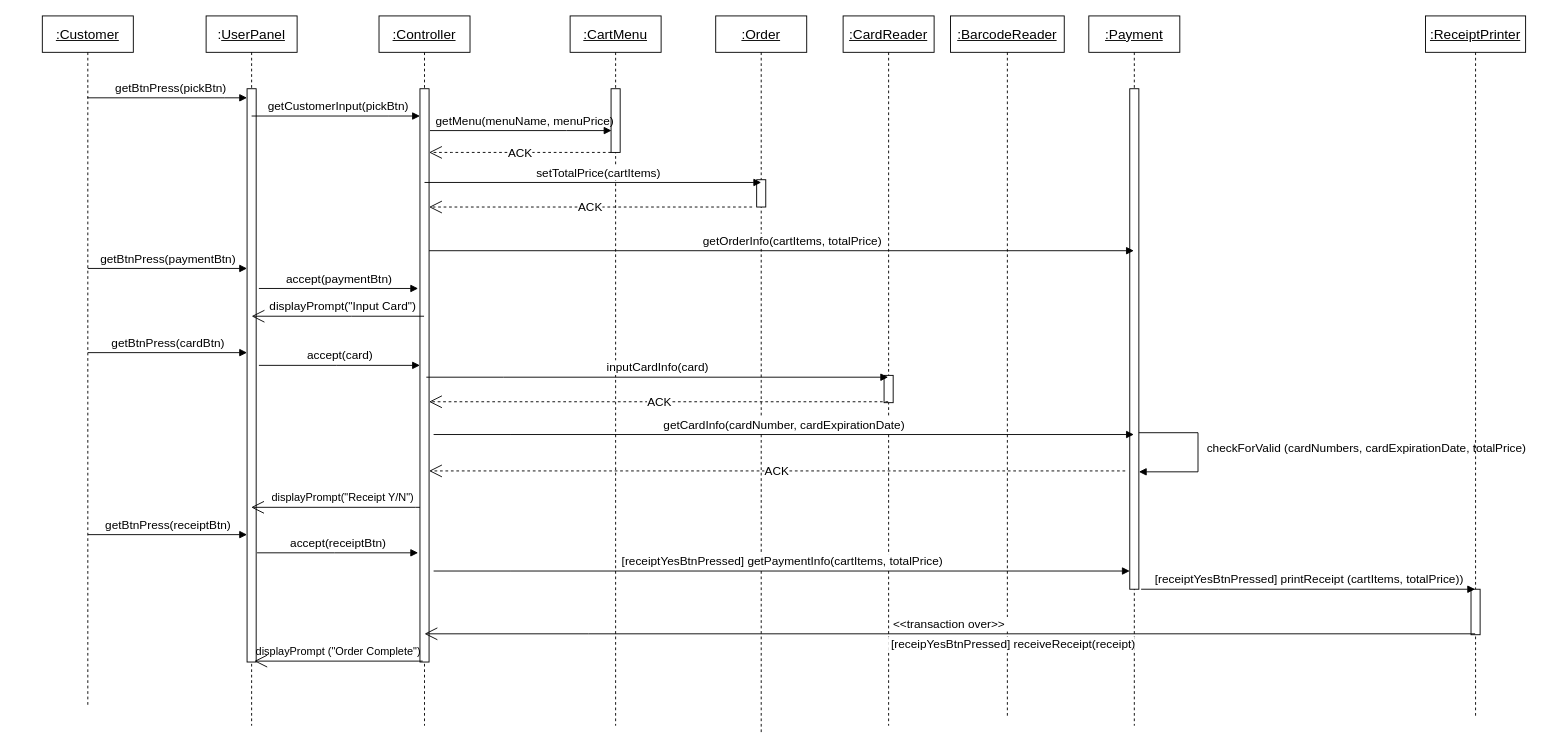
Above: page "Page-1" (1 of 2) of 시퀀스 다이어그램(카드 성공).drawio in SSWU-light-2021/kiosk_UML (draw.io), before the change. Source tidied: cells renumbered, new cells numbered last; positions are measured from the earlier drawing's top-left corner, leaving out a move shared by most shapes. Both pictures are drawn from the tidied source at 91%, with x=0, y=0 at pixel (42, 15).
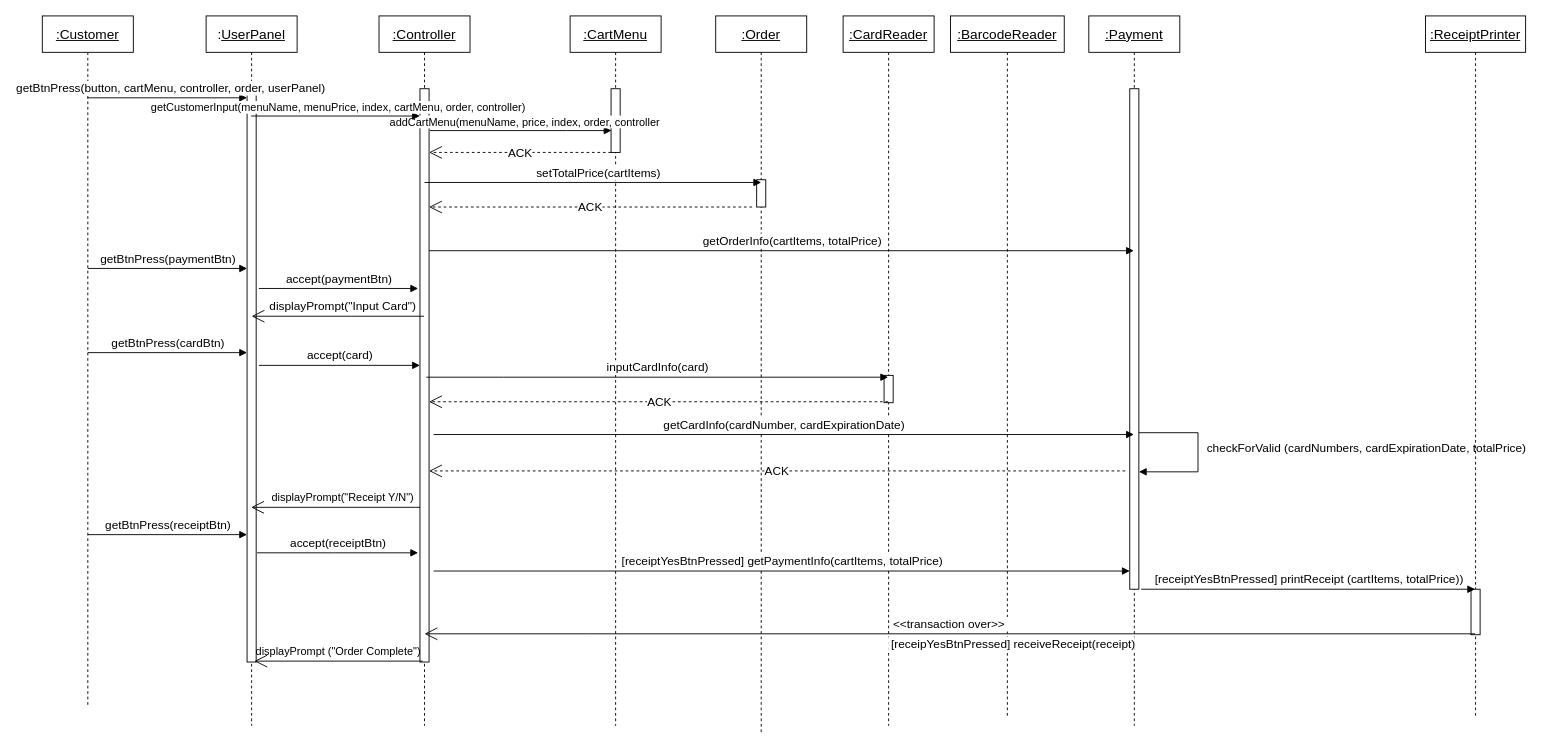
The same page after the edit.

Commit message:
시퀀스 다이어그램(카드 성공).drawio 업데이트

Unchanged cells that the change refers to:
```xml
<mxCell id="2" value="&lt;u&gt;:Customer&lt;/u&gt;" style="shape=umlLifeline;perimeter=lifelinePerimeter;whiteSpace=wrap;html=1;outlineConnect=0;portConstraint=eastwest;newEdgeStyle={&quot;edgeStyle&quot;:&quot;elbowEdgeStyle&quot;,&quot;elbow&quot;:&quot;vertical&quot;,&quot;curved&quot;:0,&quot;rounded&quot;:0};fontSize=15;" parent="1" vertex="1">
  <mxGeometry width="100" height="760" as="geometry" />
</mxCell>
<mxCell id="3" value=":&lt;u&gt;UserPanel&lt;/u&gt;" style="shape=umlLifeline;perimeter=lifelinePerimeter;whiteSpace=wrap;html=1;outlineConnect=0;portConstraint=eastwest;newEdgeStyle={&quot;edgeStyle&quot;:&quot;elbowEdgeStyle&quot;,&quot;elbow&quot;:&quot;vertical&quot;,&quot;curved&quot;:0,&quot;rounded&quot;:0};fontSize=15;" parent="1" vertex="1">
  <mxGeometry x="180" width="100" height="780" as="geometry" />
</mxCell>
<mxCell id="4" style="html=1;points=[];perimeter=orthogonalPerimeter;outlineConnect=0;targetShapes=umlLifeline;portConstraint=eastwest;newEdgeStyle={&quot;edgeStyle&quot;:&quot;elbowEdgeStyle&quot;,&quot;elbow&quot;:&quot;vertical&quot;,&quot;curved&quot;:0,&quot;rounded&quot;:0};" parent="3" vertex="1">
  <mxGeometry x="45" y="80" width="10" height="630" as="geometry" />
</mxCell>
<mxCell id="7" style="html=1;points=[];perimeter=orthogonalPerimeter;outlineConnect=0;targetShapes=umlLifeline;portConstraint=eastwest;newEdgeStyle={&quot;edgeStyle&quot;:&quot;elbowEdgeStyle&quot;,&quot;elbow&quot;:&quot;vertical&quot;,&quot;curved&quot;:0,&quot;rounded&quot;:0};" parent="6" vertex="1">
  <mxGeometry x="45" y="80" width="10" height="630" as="geometry" />
</mxCell>
<mxCell id="13" value="&lt;font style=&quot;font-size: 15px;&quot;&gt;&lt;u&gt;:Payment&lt;/u&gt;&lt;/font&gt;" style="shape=umlLifeline;perimeter=lifelinePerimeter;whiteSpace=wrap;html=1;outlineConnect=0;portConstraint=eastwest;newEdgeStyle={&quot;edgeStyle&quot;:&quot;elbowEdgeStyle&quot;,&quot;elbow&quot;:&quot;vertical&quot;,&quot;curved&quot;:0,&quot;rounded&quot;:0};" parent="1" vertex="1">
  <mxGeometry x="1150" width="100" height="780" as="geometry" />
</mxCell>
```

Diff of the diagram source:
```diff
@@
-    <mxCell id="5" value="&lt;span style=&quot;color: rgb(0, 0, 0); font-family: Helvetica; font-size: 13px; font-style: normal; font-variant-ligatures: normal; font-variant-caps: normal; font-weight: 400; letter-spacing: normal; orphans: 2; text-align: center; text-indent: 0px; text-transform: none; widows: 2; word-spacing: 0px; -webkit-text-stroke-width: 0px; background-color: rgb(255, 255, 255); text-decoration-thickness: initial; text-decoration-style: initial; text-decoration-color: initial; float: none; display: inline !important;&quot;&gt;&lt;br&gt;getBtnPress(pickBtn)&lt;br&gt;&lt;/span&gt;" style="html=1;verticalAlign=bottom;endArrow=block;edgeStyle=elbowEdgeStyle;elbow=vertical;curved=0;rounded=0;labelPosition=center;verticalLabelPosition=top;align=center;" parent="1" edge="1" source="2" target="4">
-      <mxGeometry x="0.03" relative="1" as="geometry">
+    <mxCell id="5" value="&lt;span style=&quot;color: rgb(0, 0, 0); font-family: Helvetica; font-size: 13px; font-style: normal; font-variant-ligatures: normal; font-variant-caps: normal; font-weight: 400; letter-spacing: normal; orphans: 2; text-align: center; text-indent: 0px; text-transform: none; widows: 2; word-spacing: 0px; -webkit-text-stroke-width: 0px; background-color: rgb(255, 255, 255); text-decoration-thickness: initial; text-decoration-style: initial; text-decoration-color: initial; float: none; display: inline !important;&quot;&gt;getBtnPress(button, cartMenu, controller, order, userPanel)&lt;br&gt;&lt;/span&gt;" style="html=1;verticalAlign=bottom;endArrow=block;edgeStyle=elbowEdgeStyle;elbow=vertical;curved=0;rounded=0;labelPosition=center;verticalLabelPosition=top;align=center;" parent="1" edge="1" source="2" target="4">
+      <mxGeometry x="0.04" relative="1" as="geometry">
         <Array as="points">
           <mxPoint x="200" y="90" />
           <mxPoint x="140" y="80" />
         </Array>
-        <mxPoint x="1" as="offset" />
       </mxGeometry>
     </mxCell>
@@
-    <mxCell id="42" value="&lt;span style=&quot;color: rgb(0, 0, 0); font-family: Helvetica; font-size: 13px; font-style: normal; font-variant-ligatures: normal; font-variant-caps: normal; font-weight: 400; letter-spacing: normal; orphans: 2; text-indent: 0px; text-transform: none; widows: 2; word-spacing: 0px; -webkit-text-stroke-width: 0px; text-decoration-thickness: initial; text-decoration-style: initial; text-decoration-color: initial; float: none; display: inline !important;&quot;&gt;getMenu(menuName, menuPrice)&lt;br&gt;&lt;/span&gt;" style="html=1;verticalAlign=bottom;endArrow=block;edgeStyle=elbowEdgeStyle;elbow=vertical;curved=0;rounded=0;labelPosition=center;verticalLabelPosition=top;align=center;labelBackgroundColor=none;" parent="1" edge="1">
+    <mxCell id="42" value="&lt;span style=&quot;font-size: 12px; background-color: rgb(255, 255, 255);&quot;&gt;addCartMenu(menuName, price, index, order, controller&lt;/span&gt;" style="html=1;verticalAlign=bottom;endArrow=block;edgeStyle=elbowEdgeStyle;elbow=vertical;curved=0;rounded=0;labelPosition=center;verticalLabelPosition=top;align=center;labelBackgroundColor=none;" parent="1" edge="1">
       <mxGeometry x="0.04" relative="1" as="geometry">
         <mxPoint x="426" y="126" as="sourcePoint" />
         <mxPoint x="625.5" y="126" as="targetPoint" />
         <Array as="points">
           <mxPoint x="576" y="126" />
           <mxPoint x="516" y="116" />
         </Array>
       </mxGeometry>
     </mxCell>
-    <mxCell id="43" value="&lt;span style=&quot;color: rgb(0, 0, 0); font-family: Helvetica; font-size: 13px; font-style: normal; font-variant-ligatures: normal; font-variant-caps: normal; font-weight: 400; letter-spacing: normal; orphans: 2; text-align: center; text-indent: 0px; text-transform: none; widows: 2; word-spacing: 0px; -webkit-text-stroke-width: 0px; background-color: rgb(255, 255, 255); text-decoration-thickness: initial; text-decoration-style: initial; text-decoration-color: initial; float: none; display: inline !important;&quot;&gt;getCustomerInput(pickBtn)&lt;br&gt;&lt;/span&gt;" style="html=1;verticalAlign=bottom;endArrow=block;edgeStyle=elbowEdgeStyle;elbow=vertical;curved=0;rounded=0;labelPosition=center;verticalLabelPosition=top;align=center;" parent="1" edge="1" target="7">
-      <mxGeometry x="0.03" relative="1" as="geometry">
-        <mxPoint x="230" y="110" as="sourcePoint" />
+    <mxCell id="43" value="&lt;font style=&quot;font-size: 12px;&quot;&gt;&lt;span style=&quot;color: rgb(0, 0, 0); font-style: normal; font-variant-ligatures: normal; font-variant-caps: normal; font-weight: 400; letter-spacing: normal; orphans: 2; text-align: center; text-indent: 0px; text-transform: none; widows: 2; word-spacing: 0px; -webkit-text-stroke-width: 0px; background-color: rgb(255, 255, 255); text-decoration-thickness: initial; text-decoration-style: initial; text-decoration-color: initial; float: none; display: inline !important;&quot;&gt;getCustomerInput(&lt;/span&gt;menuName, menuPrice, index, cartMenu, order, controller)&lt;/font&gt;" style="html=1;verticalAlign=bottom;endArrow=block;edgeStyle=elbowEdgeStyle;elbow=vertical;curved=0;rounded=0;labelPosition=center;verticalLabelPosition=top;align=center;" parent="1" edge="1" source="3" target="7">
+      <mxGeometry x="0.02" relative="1" as="geometry">
         <Array as="points">
           <mxPoint x="380" y="110" />
           <mxPoint x="320" y="100" />
         </Array>
       </mxGeometry>
     </mxCell>
@@
-    <mxCell id="45" value="&lt;span style=&quot;color: rgb(0, 0, 0); font-family: Helvetica; font-size: 13px; font-style: normal; font-variant-ligatures: normal; font-variant-caps: normal; font-weight: 400; letter-spacing: normal; orphans: 2; text-align: center; text-indent: 0px; text-transform: none; widows: 2; word-spacing: 0px; -webkit-text-stroke-width: 0px; background-color: rgb(255, 255, 255); text-decoration-thickness: initial; text-decoration-style: initial; text-decoration-color: initial; float: none; display: inline !important;&quot;&gt;getOrderInfo(cartItems, totalPrice)&lt;br&gt;&lt;/span&gt;" style="html=1;verticalAlign=bottom;endArrow=block;edgeStyle=elbowEdgeStyle;elbow=vertical;curved=0;rounded=0;labelPosition=center;verticalLabelPosition=top;align=center;" parent="1" edge="1" source="7">
+    <mxCell id="45" value="&lt;span style=&quot;color: rgb(0, 0, 0); font-family: Helvetica; font-size: 13px; font-style: normal; font-variant-ligatures: normal; font-variant-caps: normal; font-weight: 400; letter-spacing: normal; orphans: 2; text-align: center; text-indent: 0px; text-transform: none; widows: 2; word-spacing: 0px; -webkit-text-stroke-width: 0px; background-color: rgb(255, 255, 255); text-decoration-thickness: initial; text-decoration-style: initial; text-decoration-color: initial; float: none; display: inline !important;&quot;&gt;getOrderInfo(cartItems, totalPrice)&lt;br&gt;&lt;/span&gt;" style="html=1;verticalAlign=bottom;endArrow=block;edgeStyle=elbowEdgeStyle;elbow=vertical;curved=0;rounded=0;labelPosition=center;verticalLabelPosition=top;align=center;" parent="1" edge="1" source="7" target="13">
       <mxGeometry x="0.03" relative="1" as="geometry">
-        <mxPoint x="1199.5" y="258" as="targetPoint" />
         <Array as="points">
           <mxPoint x="570" y="258" />
           <mxPoint x="510" y="248" />
         </Array>
       </mxGeometry>
     </mxCell>
```
